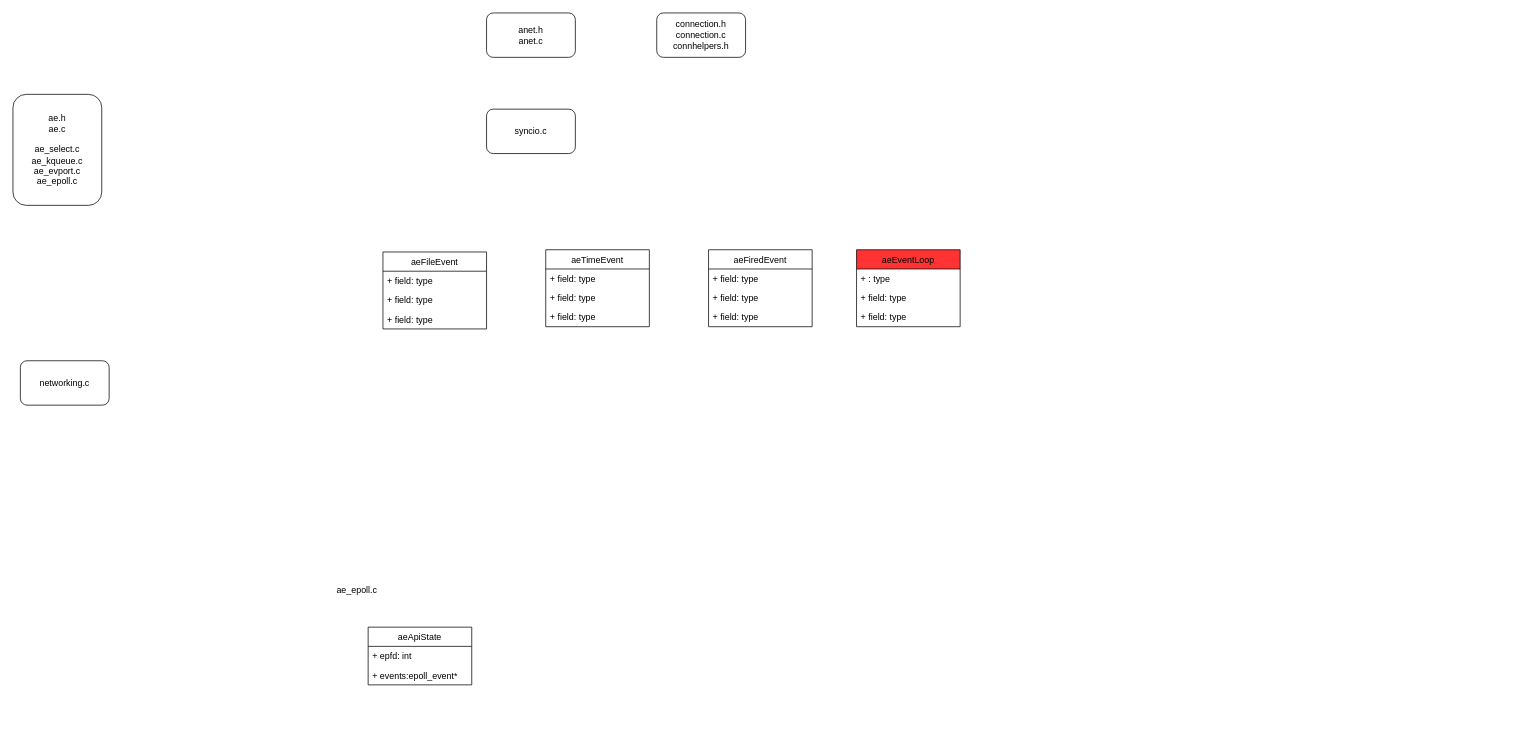
This is page "net & ae" (2 of 7) of redis.drawio from tadsimons/draw, a draw.io file, before an edit. Source tidied: cells renumbered, new cells numbered last; positions are measured from the earlier drawing's top-left corner, leaving out a move shared by most shapes. Both pictures are drawn from the tidied source at 74%, with x=0, y=0 at pixel (13, 13).
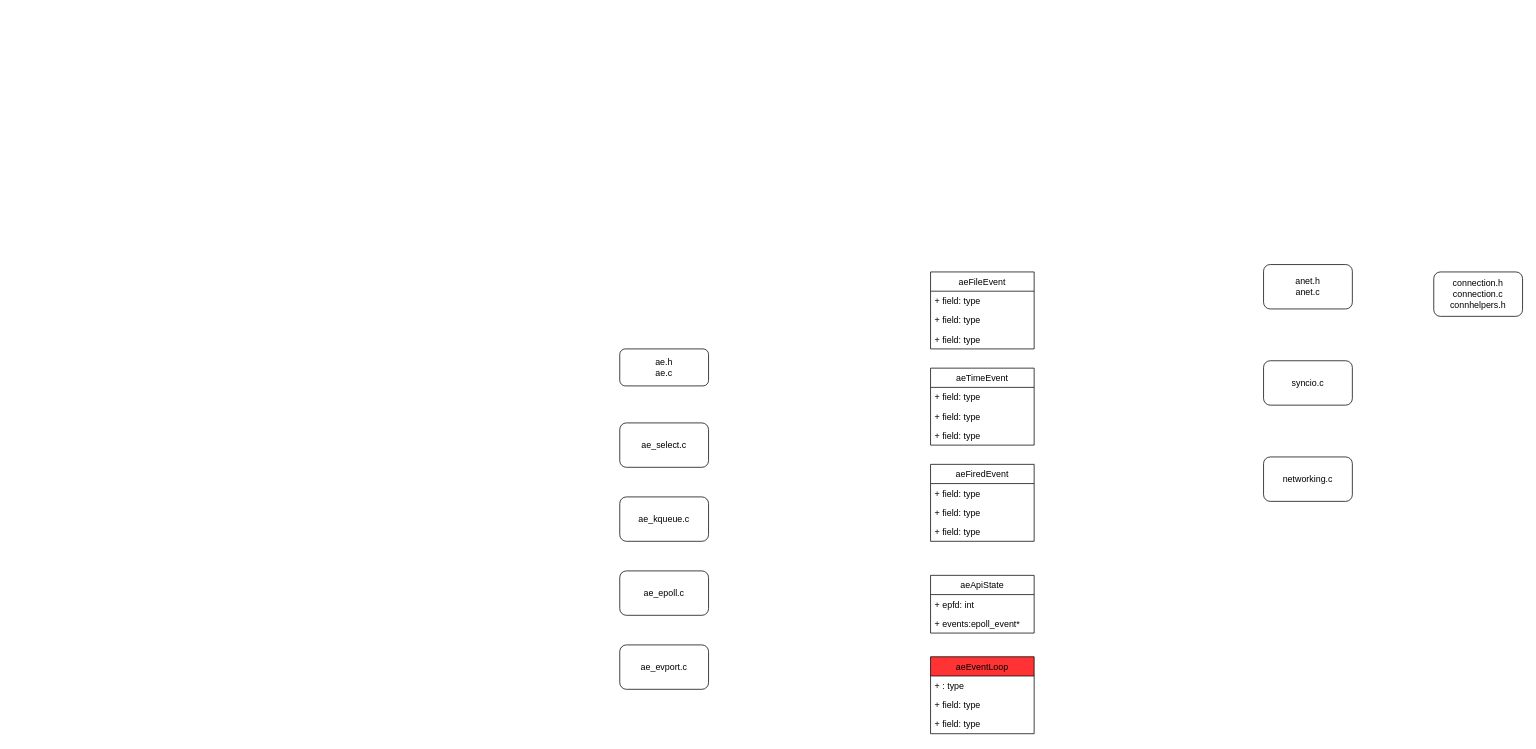
After the change.

The edit, as a diff of the source:
```diff
@@
     <mxCell id="2" value="aeFileEvent" style="swimlane;fontStyle=0;horizontal=1;startSize=26;fillColor=none;" parent="1" vertex="1">
-      <mxGeometry x="500" y="323" width="140" height="104" as="geometry" />
+      <mxGeometry x="1240" y="350" width="140" height="104" as="geometry" />
     </mxCell>
@@
     <mxCell id="6" value="aeTimeEvent" style="swimlane;fontStyle=0;horizontal=1;startSize=26;fillColor=none;" parent="1" vertex="1">
-      <mxGeometry x="720" y="320" width="140" height="104" as="geometry" />
+      <mxGeometry x="1240" y="480" width="140" height="104" as="geometry" />
     </mxCell>
@@
     <mxCell id="10" value="aeFiredEvent" style="swimlane;fontStyle=0;horizontal=1;startSize=26;fillColor=none;" parent="1" vertex="1">
-      <mxGeometry x="940" y="320" width="140" height="104" as="geometry" />
+      <mxGeometry x="1240" y="610" width="140" height="104" as="geometry" />
     </mxCell>
@@
     <mxCell id="14" value="aeEventLoop" style="swimlane;fontStyle=0;horizontal=1;startSize=26;fillColor=#FF3333;" parent="1" vertex="1">
-      <mxGeometry x="1140" y="320" width="140" height="104" as="geometry" />
+      <mxGeometry x="1240" y="870" width="140" height="104" as="geometry" />
     </mxCell>
@@
-    <mxCell id="18" value="ae_epoll.c" style="text;html=1;strokeColor=none;fillColor=none;align=center;verticalAlign=middle;whiteSpace=wrap;rounded=0;" parent="1" vertex="1">
-      <mxGeometry x="430" y="770" width="70" height="20" as="geometry" />
-    </mxCell>
     <mxCell id="19" value="aeApiState" style="swimlane;fontStyle=0;horizontal=1;startSize=26;fillColor=none;" parent="1" vertex="1">
-      <mxGeometry x="480" y="830" width="140" height="78" as="geometry" />
+      <mxGeometry x="1240" y="760" width="140" height="78" as="geometry" />
     </mxCell>
@@
     <mxCell id="22" value="anet.h&lt;br&gt;anet.c" style="rounded=1;whiteSpace=wrap;html=1;strokeColor=#000000;fillColor=#FFFFFF;" parent="1" vertex="1">
-      <mxGeometry x="640" width="120" height="60" as="geometry" />
+      <mxGeometry x="1690" y="340" width="120" height="60" as="geometry" />
     </mxCell>
-    <mxCell id="23" value="ae.h&lt;br&gt;ae.c&lt;br&gt;&lt;br&gt;ae_select.c&lt;br&gt;ae_kqueue.c&lt;br&gt;ae_evport.c&lt;br&gt;ae_epoll.c&lt;br&gt;" style="rounded=1;whiteSpace=wrap;html=1;strokeColor=#000000;fillColor=#FFFFFF;" parent="1" vertex="1">
-      <mxGeometry y="110" width="120" height="150" as="geometry" />
+    <mxCell id="23" value="ae.h&lt;br&gt;ae.c" style="rounded=1;whiteSpace=wrap;html=1;strokeColor=#000000;fillColor=#FFFFFF;" parent="1" vertex="1">
+      <mxGeometry x="820" y="454" width="120" height="50" as="geometry" />
     </mxCell>
     <mxCell id="24" value="networking.c" style="rounded=1;whiteSpace=wrap;html=1;strokeColor=#000000;fillColor=#FFFFFF;" parent="1" vertex="1">
-      <mxGeometry x="10" y="470" width="120" height="60" as="geometry" />
+      <mxGeometry x="1690" y="600" width="120" height="60" as="geometry" />
     </mxCell>
     <mxCell id="25" value="connection.h&lt;br&gt;connection.c&lt;br&gt;connhelpers.h" style="rounded=1;whiteSpace=wrap;html=1;strokeColor=#000000;fillColor=#FFFFFF;" parent="1" vertex="1">
-      <mxGeometry x="870" width="120" height="60" as="geometry" />
+      <mxGeometry x="1920" y="350" width="120" height="60" as="geometry" />
     </mxCell>
     <mxCell id="26" value="syncio.c" style="rounded=1;whiteSpace=wrap;html=1;strokeColor=#000000;fillColor=#FFFFFF;" parent="1" vertex="1">
-      <mxGeometry x="640" y="130" width="120" height="60" as="geometry" />
+      <mxGeometry x="1690" y="470" width="120" height="60" as="geometry" />
     </mxCell>
+    <mxCell id="27" value="ae_select.c" style="rounded=1;whiteSpace=wrap;html=1;strokeColor=#000000;fillColor=#FFFFFF;" parent="1" vertex="1">
+      <mxGeometry x="820" y="554" width="120" height="60" as="geometry" />
+    </mxCell>
+    <mxCell id="28" value="&lt;span&gt;ae_kqueue.c&lt;/span&gt;" style="rounded=1;whiteSpace=wrap;html=1;strokeColor=#000000;fillColor=#FFFFFF;" parent="1" vertex="1">
+      <mxGeometry x="820" y="654" width="120" height="60" as="geometry" />
+    </mxCell>
+    <mxCell id="18" value="&lt;span&gt;ae_epoll.c&lt;/span&gt;" style="rounded=1;whiteSpace=wrap;html=1;strokeColor=#000000;fillColor=#FFFFFF;" parent="1" vertex="1">
+      <mxGeometry x="820" y="754" width="120" height="60" as="geometry" />
+    </mxCell>
+    <mxCell id="29" value="&lt;span&gt;ae_evport.c&lt;/span&gt;" style="rounded=1;whiteSpace=wrap;html=1;strokeColor=#000000;fillColor=#FFFFFF;" parent="1" vertex="1">
+      <mxGeometry x="820" y="854" width="120" height="60" as="geometry" />
+    </mxCell>
```
